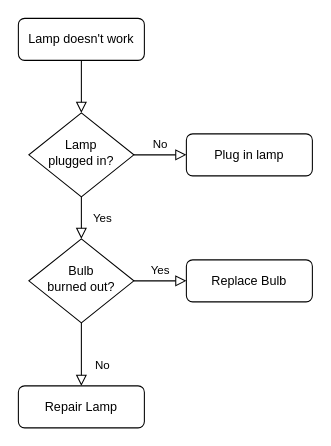
The draw.io diagram SDEV120.drawio in alo77/SDEV120, before the edit. Source tidied: cells renumbered, new cells numbered last; positions are measured from the earlier drawing's top-left corner, leaving out a move shared by most shapes. Both pictures are drawn from the tidied source at 105%, with x=0, y=0 at pixel (18, 18).
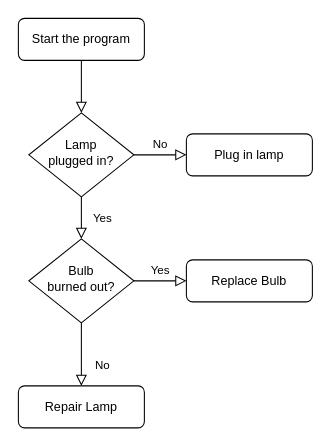
After the change.

What changed in the source:
```diff
@@
 <mxGraphModel>
   <root>
     <mxCell id="0" />
     <mxCell id="1" parent="0" />
     <mxCell id="2" style="rounded=0;html=1;jettySize=auto;fontSize=11;endArrow=block;endFill=0;endSize=8;strokeWidth=1;shadow=0;labelBackgroundColor=none;edgeStyle=orthogonalEdgeStyle;" parent="1" edge="1" source="3" target="6">
       <mxGeometry relative="1" as="geometry" />
     </mxCell>
-    <mxCell id="3" value="Lamp doesn't work" style="rounded=1;whiteSpace=wrap;html=1;fontSize=12;glass=0;strokeWidth=1;shadow=0;" parent="1" vertex="1">
+    <mxCell id="3" value="Start the program" style="rounded=1;whiteSpace=wrap;html=1;fontSize=12;glass=0;strokeWidth=1;shadow=0;" parent="1" vertex="1">
       <mxGeometry width="120" height="40" as="geometry" />
     </mxCell>
     <mxCell id="4" value="Yes" style="rounded=0;html=1;jettySize=auto;fontSize=11;endArrow=block;endFill=0;endSize=8;strokeWidth=1;shadow=0;labelBackgroundColor=none;edgeStyle=orthogonalEdgeStyle;" parent="1" edge="1" source="6" target="10">
       <mxGeometry y="20" relative="1" as="geometry" />
     </mxCell>
     <mxCell id="5" value="No" style="edgeStyle=orthogonalEdgeStyle;rounded=0;html=1;jettySize=auto;fontSize=11;endArrow=block;endFill=0;endSize=8;strokeWidth=1;shadow=0;labelBackgroundColor=none;" parent="1" edge="1" source="6" target="7">
       <mxGeometry y="10" relative="1" as="geometry" />
     </mxCell>
     <mxCell id="6" value="Lamp&lt;br&gt;plugged in?" style="rhombus;whiteSpace=wrap;html=1;shadow=0;fontFamily=Helvetica;fontSize=12;align=center;strokeWidth=1;spacing=6;spacingTop=-4;" parent="1" vertex="1">
       <mxGeometry x="10" y="90" width="100" height="80" as="geometry" />
     </mxCell>
     <mxCell id="7" value="Plug in lamp" style="rounded=1;whiteSpace=wrap;html=1;fontSize=12;glass=0;strokeWidth=1;shadow=0;" parent="1" vertex="1">
       <mxGeometry x="160" y="110" width="120" height="40" as="geometry" />
     </mxCell>
     <mxCell id="8" value="No" style="rounded=0;html=1;jettySize=auto;fontSize=11;endArrow=block;endFill=0;endSize=8;strokeWidth=1;shadow=0;labelBackgroundColor=none;edgeStyle=orthogonalEdgeStyle;" parent="1" edge="1" source="10" target="11">
       <mxGeometry x="0.33" y="20" relative="1" as="geometry" />
     </mxCell>
     <mxCell id="9" value="Yes" style="edgeStyle=orthogonalEdgeStyle;rounded=0;html=1;jettySize=auto;fontSize=11;endArrow=block;endFill=0;endSize=8;strokeWidth=1;shadow=0;labelBackgroundColor=none;" parent="1" edge="1" source="10" target="12">
       <mxGeometry y="10" relative="1" as="geometry" />
     </mxCell>
     <mxCell id="10" value="Bulb&lt;br&gt;burned out?" style="rhombus;whiteSpace=wrap;html=1;shadow=0;fontFamily=Helvetica;fontSize=12;align=center;strokeWidth=1;spacing=6;spacingTop=-4;" parent="1" vertex="1">
       <mxGeometry x="10" y="210" width="100" height="80" as="geometry" />
     </mxCell>
     <mxCell id="11" value="Repair Lamp" style="rounded=1;whiteSpace=wrap;html=1;fontSize=12;glass=0;strokeWidth=1;shadow=0;" parent="1" vertex="1">
       <mxGeometry y="350" width="120" height="40" as="geometry" />
     </mxCell>
     <mxCell id="12" value="Replace Bulb" style="rounded=1;whiteSpace=wrap;html=1;fontSize=12;glass=0;strokeWidth=1;shadow=0;" parent="1" vertex="1">
       <mxGeometry x="160" y="230" width="120" height="40" as="geometry" />
     </mxCell>
   </root>
 </mxGraphModel>
```
